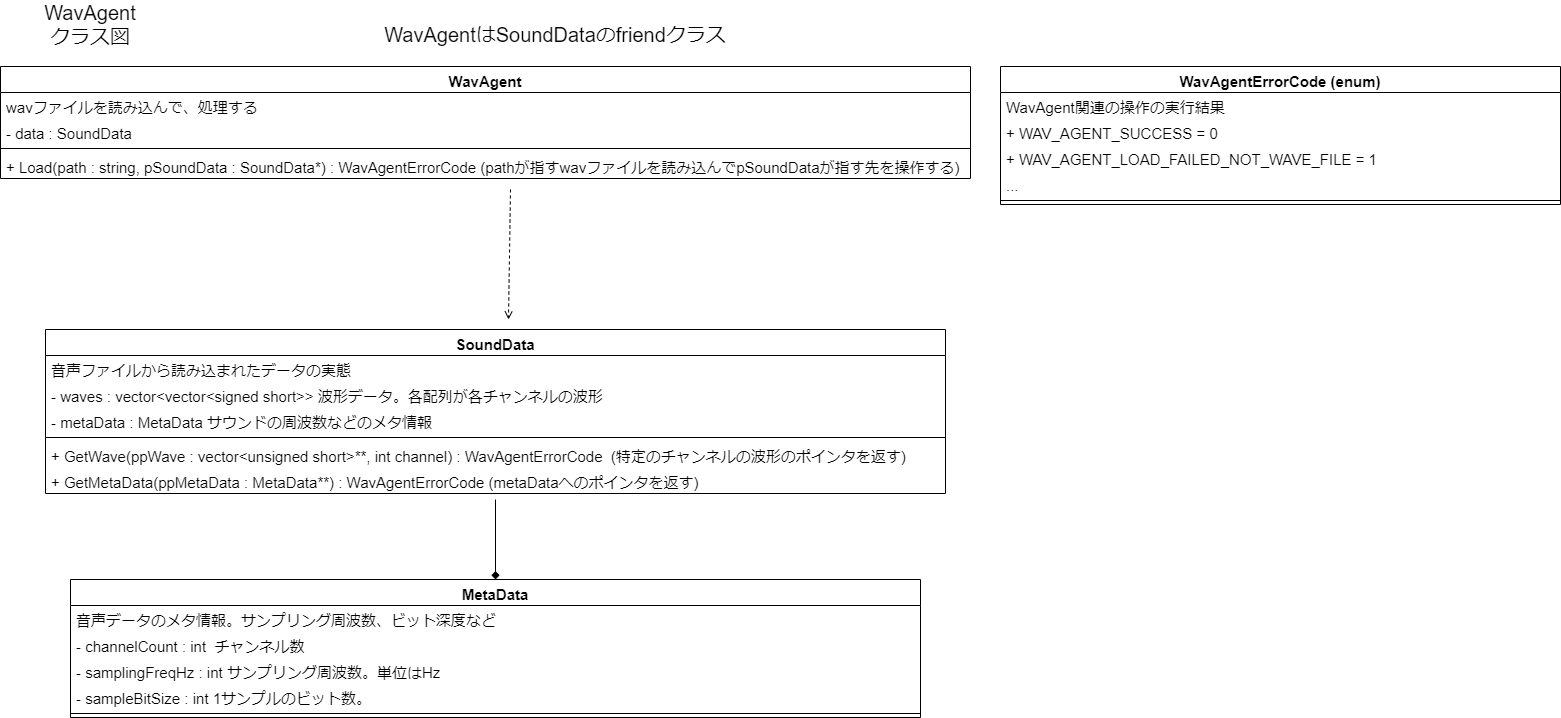
The draw.io diagram design/WavAgentClassDiagram.png in Dumble009/WavAgent, before a commit. Source tidied: cells renumbered, new cells last; positions are measured from the earlier drawing's top-left corner, leaving out a move shared by most shapes.
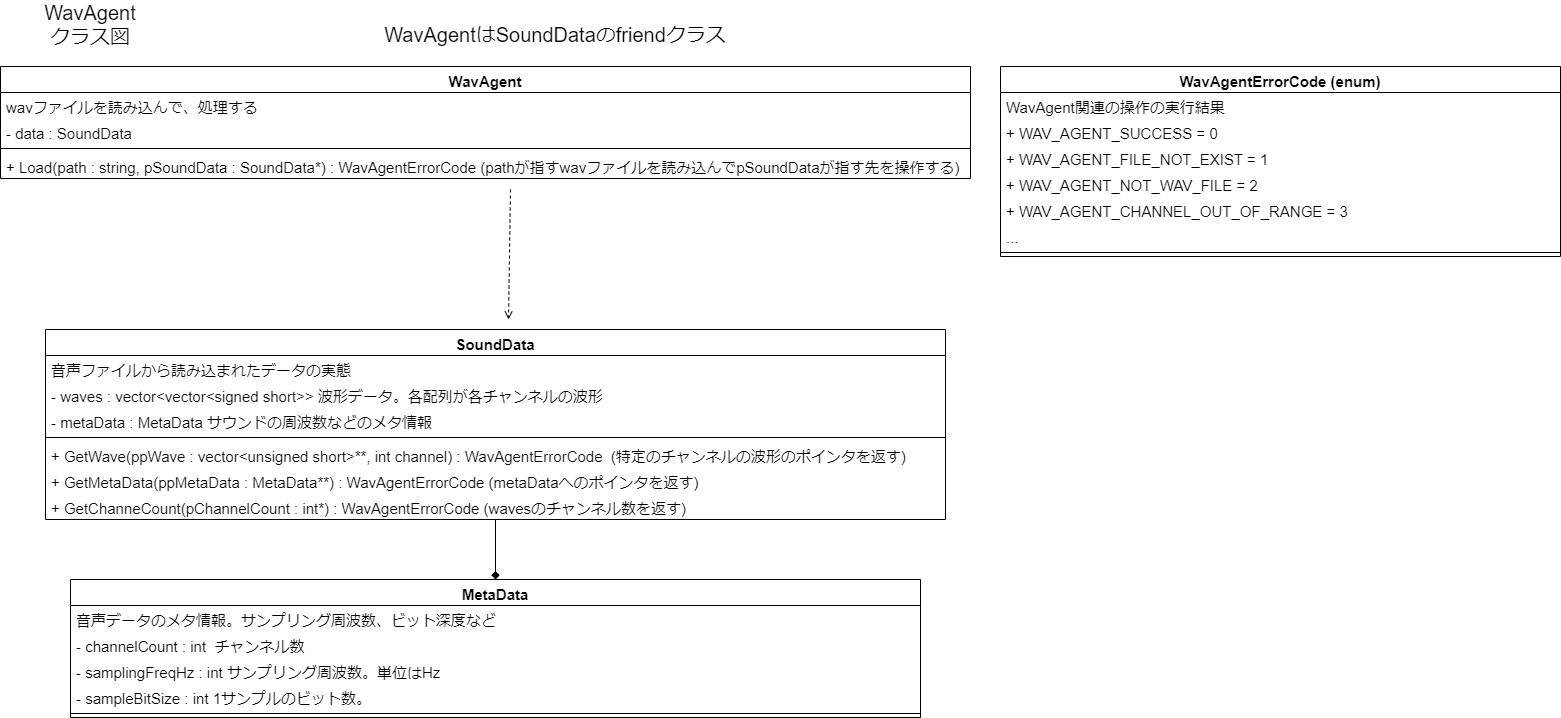
After the commit.

Commit message:
クラス図内のWavAgentErrorCodeの記載を詳しくした。

Change to the diagram source:
```diff
@@ -27,7 +27,7 @@
       <mxGeometry y="86" width="970" height="26" as="geometry" />
     </mxCell>
     <mxCell id="9" value="SoundData" style="swimlane;fontStyle=1;align=center;verticalAlign=top;horizontal=1;startSize=26;fontSize=15;" parent="1" vertex="1">
-      <mxGeometry x="45" y="320" width="900" height="164" as="geometry" />
+      <mxGeometry x="45" y="320" width="900" height="190" as="geometry" />
     </mxCell>
     <mxCell id="10" value="音声ファイルから読み込まれたデータの実態" style="text;strokeColor=none;fillColor=none;align=left;verticalAlign=top;spacingLeft=4;spacingRight=4;overflow=hidden;fontSize=15;" parent="9" vertex="1">
       <mxGeometry y="26" width="900" height="26" as="geometry" />
@@ -47,6 +47,9 @@
     <mxCell id="15" value="+ GetMetaData(ppMetaData : MetaData**) : WavAgentErrorCode (metaDataへのポインタを返す)" style="text;strokeColor=none;fillColor=none;align=left;verticalAlign=top;spacingLeft=4;spacingRight=4;overflow=hidden;fontSize=15;" parent="9" vertex="1">
       <mxGeometry y="138" width="900" height="26" as="geometry" />
     </mxCell>
+    <mxCell id="30" value="+ GetChanneCount(pChannelCount : int*) : WavAgentErrorCode (wavesのチャンネル数を返す)" style="text;strokeColor=none;fillColor=none;align=left;verticalAlign=top;spacingLeft=4;spacingRight=4;overflow=hidden;fontSize=15;" parent="9" vertex="1">
+      <mxGeometry y="164" width="900" height="26" as="geometry" />
+    </mxCell>
     <mxCell id="16" value="MetaData" style="swimlane;fontStyle=1;align=center;verticalAlign=top;horizontal=1;startSize=26;fontSize=15;" parent="1" vertex="1">
       <mxGeometry x="70" y="570" width="850" height="138" as="geometry" />
     </mxCell>
@@ -67,11 +70,11 @@
     </mxCell>
     <mxCell id="22" style="endArrow=diamond;html=1;rounded=0;fontSize=15;endFill=1;entryX=0.5;entryY=0;entryDx=0;entryDy=0;" parent="1" edge="1" target="16">
       <mxGeometry relative="1" as="geometry">
-        <mxPoint x="495" y="490" as="sourcePoint" />
+        <mxPoint x="495" y="510" as="sourcePoint" />
       </mxGeometry>
     </mxCell>
     <mxCell id="23" value="WavAgentErrorCode (enum)" style="swimlane;fontStyle=1;align=center;verticalAlign=top;horizontal=1;startSize=26;fontSize=15;" parent="1" vertex="1">
-      <mxGeometry x="1000" y="57" width="560" height="138" as="geometry" />
+      <mxGeometry x="1000" y="57" width="560" height="190" as="geometry" />
     </mxCell>
     <mxCell id="24" value="WavAgent関連の操作の実行結果" style="text;strokeColor=none;fillColor=none;align=left;verticalAlign=top;spacingLeft=4;spacingRight=4;overflow=hidden;fontSize=15;" parent="23" vertex="1">
       <mxGeometry y="26" width="560" height="26" as="geometry" />
@@ -79,14 +82,20 @@
     <mxCell id="25" value="+ WAV_AGENT_SUCCESS = 0" style="text;strokeColor=none;fillColor=none;align=left;verticalAlign=top;spacingLeft=4;spacingRight=4;overflow=hidden;fontSize=15;" parent="23" vertex="1">
       <mxGeometry y="52" width="560" height="26" as="geometry" />
     </mxCell>
+    <mxCell id="31" value="+ WAV_AGENT_FILE_NOT_EXIST = 1" style="text;strokeColor=none;fillColor=none;align=left;verticalAlign=top;spacingLeft=4;spacingRight=4;overflow=hidden;fontSize=15;" parent="23" vertex="1">
+      <mxGeometry y="78" width="560" height="26" as="geometry" />
+    </mxCell>
-    <mxCell id="26" value="+ WAV_AGENT_LOAD_FAILED_NOT_WAVE_FILE = 1" style="text;strokeColor=none;fillColor=none;align=left;verticalAlign=top;spacingLeft=4;spacingRight=4;overflow=hidden;fontSize=15;" parent="23" vertex="1">
-      <mxGeometry y="78" width="560" height="26" as="geometry" />
+    <mxCell id="26" value="+ WAV_AGENT_NOT_WAV_FILE = 2" style="text;strokeColor=none;fillColor=none;align=left;verticalAlign=top;spacingLeft=4;spacingRight=4;overflow=hidden;fontSize=15;" parent="23" vertex="1">
+      <mxGeometry y="104" width="560" height="26" as="geometry" />
     </mxCell>
+    <mxCell id="32" value="+ WAV_AGENT_CHANNEL_OUT_OF_RANGE = 3" style="text;strokeColor=none;fillColor=none;align=left;verticalAlign=top;spacingLeft=4;spacingRight=4;overflow=hidden;fontSize=15;" parent="23" vertex="1">
+      <mxGeometry y="130" width="560" height="26" as="geometry" />
+    </mxCell>
     <mxCell id="27" value="..." style="text;strokeColor=none;fillColor=none;align=left;verticalAlign=top;spacingLeft=4;spacingRight=4;overflow=hidden;fontSize=15;" parent="23" vertex="1">
-      <mxGeometry y="104" width="560" height="26" as="geometry" />
+      <mxGeometry y="156" width="560" height="26" as="geometry" />
     </mxCell>
     <mxCell id="28" style="line;strokeWidth=1;fillColor=none;align=left;verticalAlign=middle;spacingTop=-1;spacingLeft=3;spacingRight=3;labelPosition=right;fontSize=15;" parent="23" vertex="1">
-      <mxGeometry y="130" width="560" height="8" as="geometry" />
+      <mxGeometry y="182" width="560" height="8" as="geometry" />
     </mxCell>
     <mxCell id="29" value="WavAgentはSoundDataのfriendクラス" style="text;html=1;strokeColor=none;fillColor=none;align=center;verticalAlign=middle;whiteSpace=wrap;rounded=0;fontSize=20;" parent="1" vertex="1">
       <mxGeometry x="360" y="10" width="390" height="30" as="geometry" />
```
